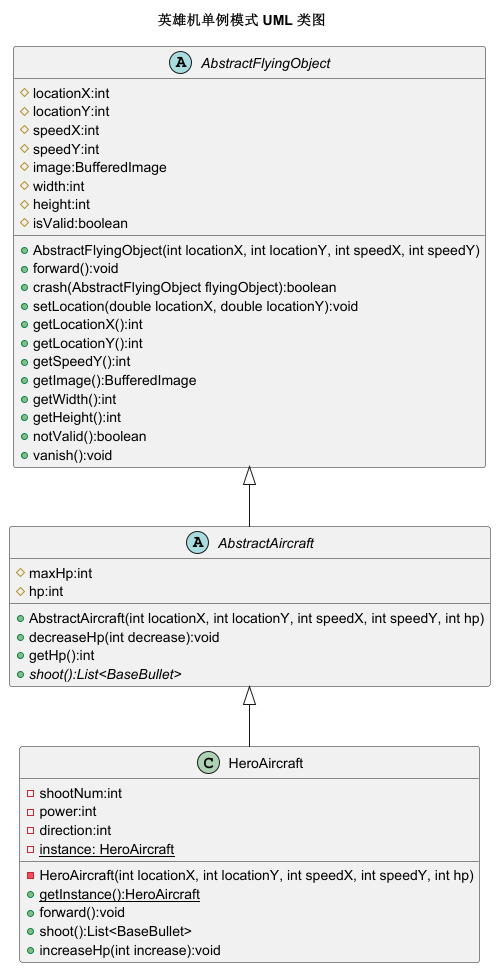
The PlantUML diagram uml/single-pattern.png in SorenZhang574/AircraftWar, before a commit.
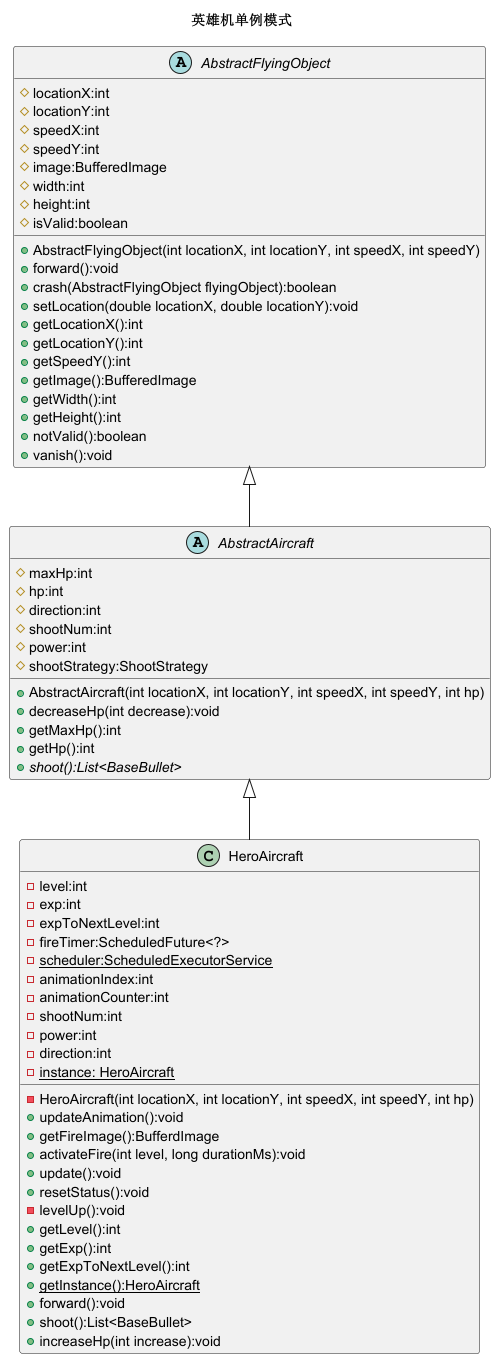
Above is the later version.

Diff of the diagram source:
```diff
@@ -1,6 +1,6 @@
 @startuml
 
-title 英雄机单例模式 UML 类图
+title 英雄机单例模式
 
 abstract class AbstractFlyingObject
 {
@@ -31,18 +31,39 @@
 {
 	# maxHp:int
     # hp:int
+    # direction:int
+    # shootNum:int
+    # power:int
+    # shootStrategy:ShootStrategy
     + AbstractAircraft(int locationX, int locationY, int speedX, int speedY, int hp)
     + decreaseHp(int decrease):void
+    + getMaxHp():int
     + getHp():int
     + {abstract} shoot():List<BaseBullet>
 }
 
 class HeroAircraft {
+    - level:int
+    - exp:int
+    - expToNextLevel:int
+    - fireTimer:ScheduledFuture<?>
+    - {static} scheduler:ScheduledExecutorService
+    - animationIndex:int
+    - animationCounter:int
     - shootNum:int
     - power:int
     - direction:int
     - {static} instance: HeroAircraft
     - HeroAircraft(int locationX, int locationY, int speedX, int speedY, int hp)
+    + updateAnimation():void
+    + getFireImage():BufferdImage
+    + activateFire(int level, long durationMs):void
+    + update():void
+    + resetStatus():void
+    - levelUp():void
+    + getLevel():int
+    + getExp():int
+    + getExpToNextLevel():int
     + {static} getInstance():HeroAircraft
     + forward():void
     + shoot():List<BaseBullet>
```
